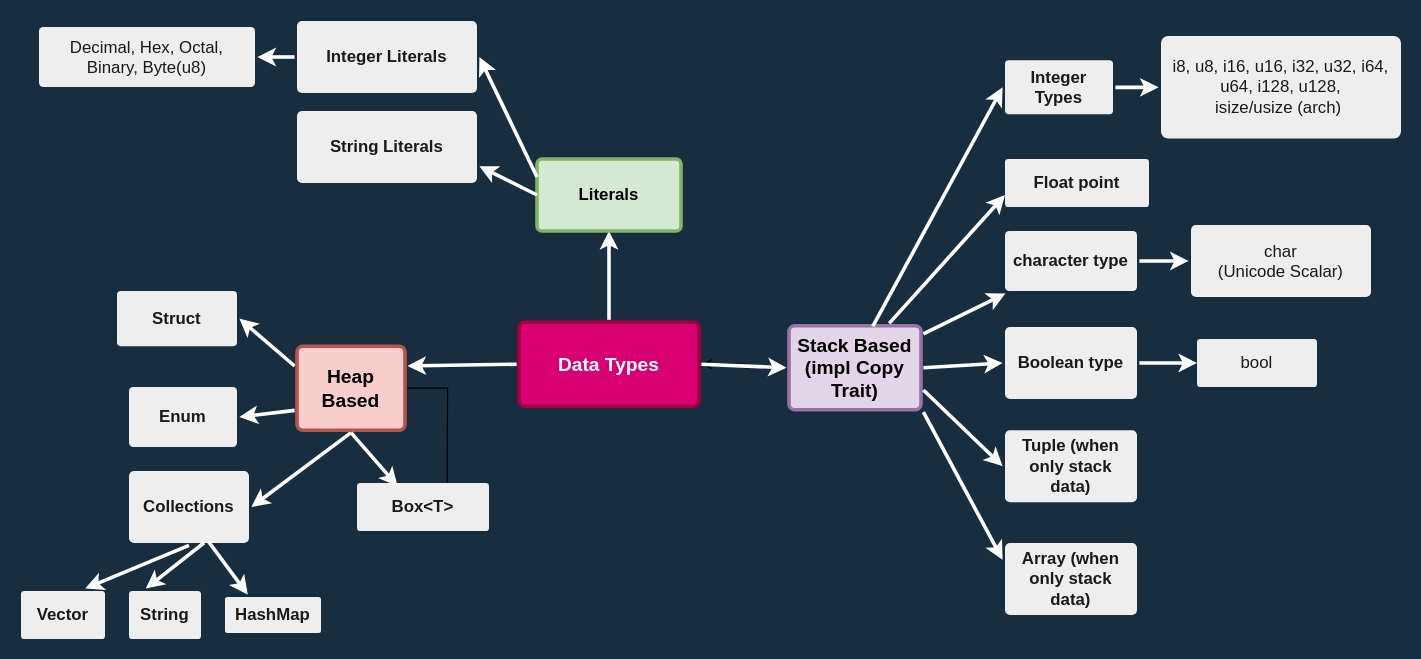
This is page "Data Types" (1 of 5) of datatypes.drawio from gftea/rust_lang_notes, a draw.io file, before an edit. Source tidied: cells renumbered, new cells numbered last; positions are measured from the earlier drawing's top-left corner, leaving out a move shared by most shapes. Both pictures are drawn from the tidied source at 120%, with x=0, y=0 at pixel (20, 20).
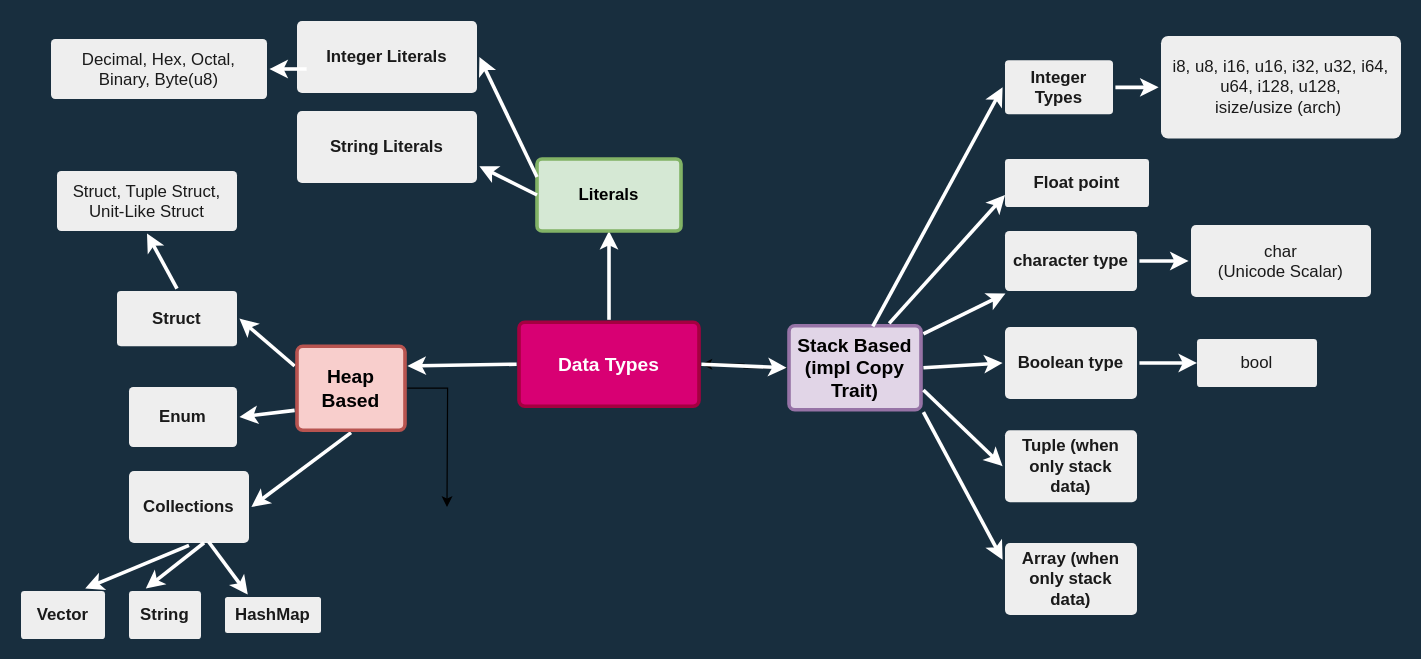
The same diagram, later.

Unchanged cells that the change refers to:
```xml
<mxCell id="8" value="Integer Literals" style="rounded=1;whiteSpace=wrap;html=1;shadow=0;labelBackgroundColor=none;strokeColor=none;strokeWidth=3;fillColor=#EEEEEE;fontFamily=Helvetica;fontSize=14;fontColor=#1A1A1A;align=center;spacing=5;fontStyle=1;arcSize=7;perimeterSpacing=2;" parent="1" vertex="1">
  <mxGeometry x="230" width="150" height="60" as="geometry" />
</mxCell>
<mxCell id="27" value="Struct" style="rounded=1;whiteSpace=wrap;html=1;shadow=0;labelBackgroundColor=none;strokeColor=none;strokeWidth=3;fillColor=#EEEEEE;fontFamily=Helvetica;fontSize=14;fontColor=#1A1A1A;align=center;spacing=5;fontStyle=1;arcSize=7;perimeterSpacing=2;" parent="1" vertex="1">
  <mxGeometry x="80" y="225" width="100" height="46" as="geometry" />
</mxCell>
<mxCell id="31" value="Heap Based" style="rounded=1;whiteSpace=wrap;html=1;shadow=0;labelBackgroundColor=none;strokeColor=#b85450;strokeWidth=3;fillColor=#f8cecc;fontFamily=Helvetica;fontSize=16;align=center;fontStyle=1;spacing=5;arcSize=7;perimeterSpacing=2;" parent="1" vertex="1">
  <mxGeometry x="230" y="271" width="90" height="70" as="geometry" />
</mxCell>
```

What changed in the source:
```diff
@@
-    <mxCell id="9" value="Decimal, Hex, Octal, Binary, Byte(u8)" style="rounded=1;whiteSpace=wrap;html=1;shadow=0;labelBackgroundColor=none;strokeColor=none;strokeWidth=3;fillColor=#EEEEEE;fontFamily=Helvetica;fontSize=14;fontColor=#1A1A1A;align=center;spacing=5;arcSize=7;perimeterSpacing=2;" parent="1" vertex="1">
-      <mxGeometry x="15" y="5" width="180" height="50" as="geometry" />
+    <mxCell id="9" value="Struct, Tuple Struct, Unit-Like Struct" style="rounded=1;whiteSpace=wrap;html=1;shadow=0;labelBackgroundColor=none;strokeColor=none;strokeWidth=3;fillColor=#EEEEEE;fontFamily=Helvetica;fontSize=14;fontColor=#1A1A1A;align=center;spacing=5;arcSize=7;perimeterSpacing=2;" parent="1" vertex="1">
+      <mxGeometry x="30" y="125" width="150" height="50" as="geometry" />
     </mxCell>
@@
-    <mxCell id="41" style="edgeStyle=none;rounded=0;jumpStyle=none;html=1;shadow=0;labelBackgroundColor=none;startArrow=none;startFill=0;endArrow=classic;endFill=1;jettySize=auto;strokeColor=#FFFFFF;strokeWidth=3;fontFamily=Helvetica;fontSize=14;fontColor=#FFFFFF;spacing=5;entryX=1;entryY=0.5;entryDx=0;entryDy=0;exitX=0;exitY=0.5;exitDx=0;exitDy=0;" parent="1" edge="1" source="8" target="9">
+    <mxCell id="41" style="edgeStyle=none;rounded=0;jumpStyle=none;html=1;shadow=0;labelBackgroundColor=none;startArrow=none;startFill=0;endArrow=classic;endFill=1;jettySize=auto;strokeColor=#FFFFFF;strokeWidth=3;fontFamily=Helvetica;fontSize=14;fontColor=#FFFFFF;spacing=5;entryX=0.5;entryY=1;entryDx=0;entryDy=0;exitX=0.5;exitY=0;exitDx=0;exitDy=0;" parent="1" edge="1" source="27" target="9">
       <mxGeometry relative="1" as="geometry" />
     </mxCell>
@@
-    <mxCell id="47" value="Box&amp;lt;T&amp;gt;" style="rounded=1;whiteSpace=wrap;html=1;shadow=0;labelBackgroundColor=none;strokeColor=none;strokeWidth=3;fillColor=#EEEEEE;fontFamily=Helvetica;fontSize=14;fontColor=#1A1A1A;align=center;spacing=5;fontStyle=1;arcSize=7;perimeterSpacing=2;" parent="1" vertex="1">
-      <mxGeometry x="280" y="385" width="110" height="40" as="geometry" />
-    </mxCell>
-    <mxCell id="48" style="edgeStyle=none;rounded=0;jumpStyle=none;html=1;shadow=0;labelBackgroundColor=none;startArrow=none;startFill=0;endArrow=classic;endFill=1;jettySize=auto;strokeColor=#FFFFFF;strokeWidth=3;fontFamily=Helvetica;fontSize=16;fontColor=#FFFFFF;spacing=5;exitX=0.5;exitY=1;exitDx=0;exitDy=0;entryX=0.314;entryY=0.103;entryDx=0;entryDy=0;entryPerimeter=0;" parent="1" edge="1" source="31" target="47">
-      <mxGeometry relative="1" as="geometry" />
-    </mxCell>
+    <mxCell id="49" value="Decimal, Hex, Octal, Binary, Byte(u8)" style="rounded=1;whiteSpace=wrap;html=1;shadow=0;labelBackgroundColor=none;strokeColor=none;strokeWidth=3;fillColor=#EEEEEE;fontFamily=Helvetica;fontSize=14;fontColor=#1A1A1A;align=center;spacing=5;arcSize=7;perimeterSpacing=2;" parent="1" vertex="1">
+      <mxGeometry x="25" y="15" width="180" height="50" as="geometry" />
+    </mxCell>
+    <mxCell id="50" style="edgeStyle=none;rounded=0;jumpStyle=none;html=1;shadow=0;labelBackgroundColor=none;startArrow=none;startFill=0;endArrow=classic;endFill=1;jettySize=auto;strokeColor=#FFFFFF;strokeWidth=3;fontFamily=Helvetica;fontSize=14;fontColor=#FFFFFF;spacing=5;entryX=1;entryY=0.5;entryDx=0;entryDy=0;exitX=0;exitY=0.5;exitDx=0;exitDy=0;" parent="1" edge="1" target="49">
+      <mxGeometry relative="1" as="geometry">
+        <mxPoint x="238" y="40" as="sourcePoint" />
+      </mxGeometry>
+    </mxCell>
```
